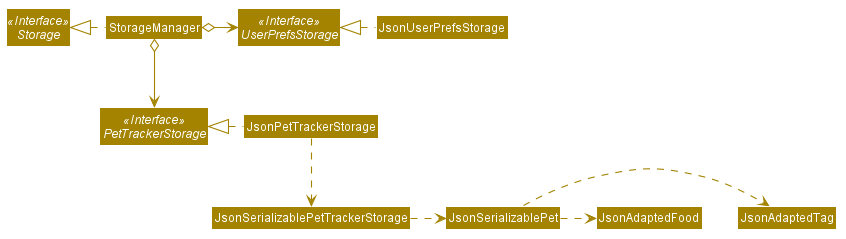
Before: images/StorageClassDiagram.png, a diagram exported from PlantUML (AY1920S2-CS2103-W15-4/main). Source of this version:
```plantuml
@startuml








skinparam BackgroundColor #FFFFFFF

skinparam Shadowing false

skinparam Class {
    FontColor #FFFFFF
    BorderThickness 1
    BorderColor #FFFFFF
    StereotypeFontColor #FFFFFF
    FontName Arial
}

skinparam Actor {
    BorderColor #000000
    Color #000000
    FontName Arial
}

skinparam Sequence {
    MessageAlign center
    BoxFontSize 15
    BoxPadding 0
    BoxFontColor #FFFFFF
    FontName Arial
}

skinparam Participant {
    FontColor #FFFFFFF
    Padding 20
}

skinparam MinClassWidth 50
skinparam ParticipantPadding 10
skinparam Shadowing false
skinparam DefaultTextAlignment center
skinparam packageStyle Rectangle

hide footbox
hide members
hide circle
skinparam arrowThickness 1.1
skinparam arrowColor #A38300
skinparam classBackgroundColor #A38300

Interface Storage <<Interface>>
Interface UserPrefsStorage <<Interface>>
Interface PetTrackerStorage <<Interface>>

Class StorageManager
Class JsonUserPrefsStorage
Class JsonPetTrackerStorage

StorageManager .left.|> Storage
StorageManager o-right-> UserPrefsStorage
StorageManager o--> PetTrackerStorage

JsonUserPrefsStorage .left.|> UserPrefsStorage
JsonPetTrackerStorage .left.|> PetTrackerStorage
JsonPetTrackerStorage .down.> JsonSerializablePetTrackerStorage
JsonSerializablePetTrackerStorage .right.> JsonSerializablePet
JsonSerializablePet .right.> JsonAdaptedTag
JsonSerializablePet .right.> JsonAdaptedFood
@enduml
```
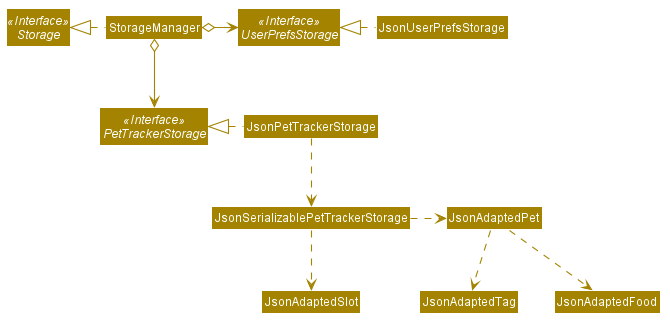
The same diagram one commit later.

Change to the diagram source:
```diff
@@ -66,7 +66,8 @@
 JsonUserPrefsStorage .left.|> UserPrefsStorage
 JsonPetTrackerStorage .left.|> PetTrackerStorage
 JsonPetTrackerStorage .down.> JsonSerializablePetTrackerStorage
-JsonSerializablePetTrackerStorage .right.> JsonSerializablePet
-JsonSerializablePet .right.> JsonAdaptedTag
-JsonSerializablePet .right.> JsonAdaptedFood
+JsonSerializablePetTrackerStorage .right.> JsonAdaptedPet
+JsonSerializablePetTrackerStorage .down.> JsonAdaptedSlot
+JsonAdaptedPet .down.> JsonAdaptedTag
+JsonAdaptedPet .down.> JsonAdaptedFood
 @enduml
```
